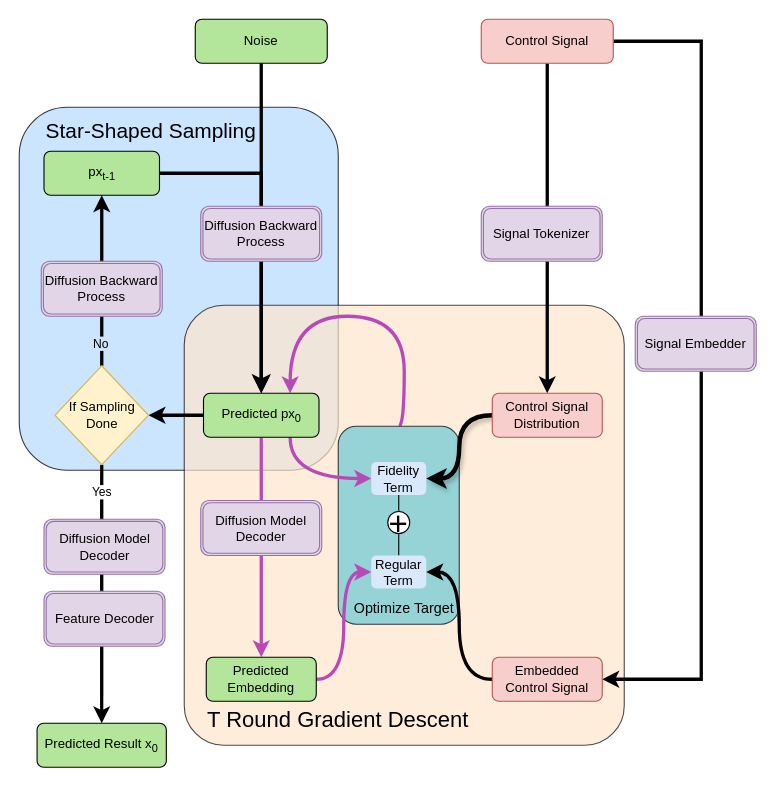
Above: page "Page-1" (1 of 2) of 未命名绘图.drawio in DJ-Won/PRC (draw.io), before the change. Source tidied: cells renumbered, new cells numbered last; positions are measured from the earlier drawing's top-left corner, leaving out a move shared by most shapes. Both pictures are drawn from the tidied source at 110%, with x=0, y=0 at pixel (19, 19).
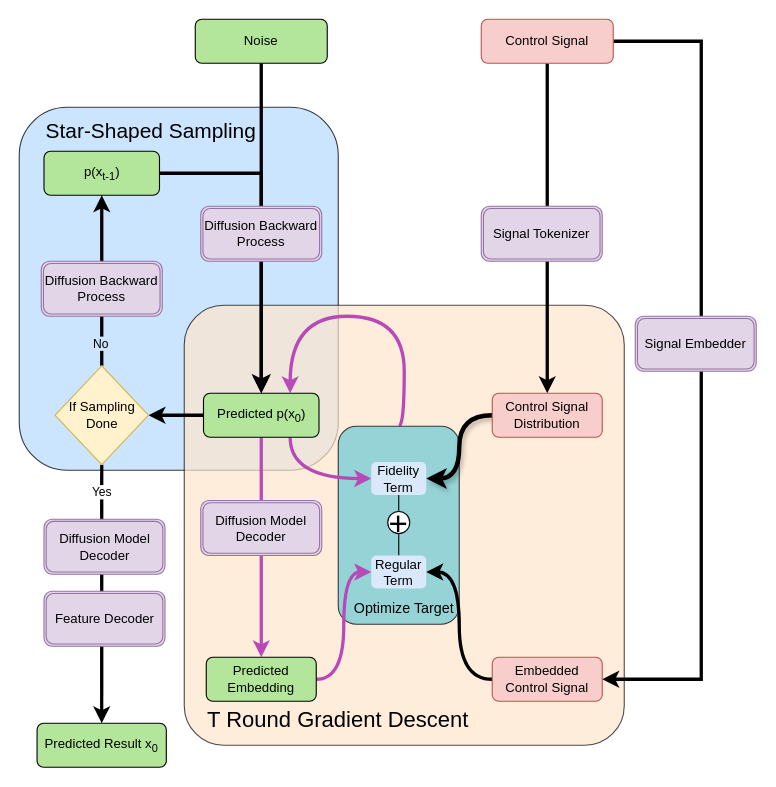
The same page after the edit.

Diff of the diagram source:
```diff
@@
-    <mxCell id="13" value="Predicted px&lt;sub&gt;0&lt;/sub&gt;" style="rounded=1;whiteSpace=wrap;html=1;fontSize=12;glass=0;strokeWidth=1;shadow=0;fillColor=#B3E69B;direction=south;strokeColor=default;" parent="1" vertex="1">
+    <mxCell id="13" value="Predicted p(x&lt;sub&gt;0&lt;/sub&gt;)" style="rounded=1;whiteSpace=wrap;html=1;fontSize=12;glass=0;strokeWidth=1;shadow=0;fillColor=#B3E69B;direction=south;strokeColor=default;" parent="1" vertex="1">
       <mxGeometry x="167.5" y="340" width="105" height="40" as="geometry" />
     </mxCell>
@@
-    <mxCell id="34" value="px&lt;sub&gt;t-1&lt;/sub&gt;" style="rounded=1;whiteSpace=wrap;html=1;fontSize=12;glass=0;strokeWidth=1;shadow=0;fillColor=#B3E69B;direction=south;strokeColor=default;" parent="1" vertex="1">
+    <mxCell id="34" value="p(x&lt;sub&gt;t-1&lt;/sub&gt;)" style="rounded=1;whiteSpace=wrap;html=1;fontSize=12;glass=0;strokeWidth=1;shadow=0;fillColor=#B3E69B;direction=south;strokeColor=default;" parent="1" vertex="1">
       <mxGeometry x="22.5" y="120" width="105" height="40" as="geometry" />
     </mxCell>
```
